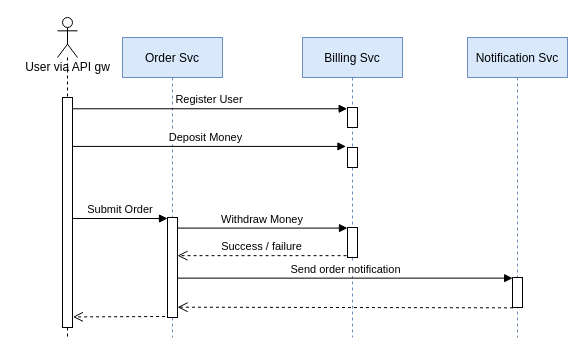
Before: page "Sync API (HTTP)" (1 of 3) of README.assets/the-three-interaction-styles.drawio in audintsev/otus-architect-eventing, a draw.io diagram. Source tidied: cells renumbered, new cells numbered last; positions are measured from the earlier drawing's top-left corner, leaving out a move shared by most shapes. Both pictures are drawn from the tidied source at 100%, with x=0, y=0 at pixel (17, 17).
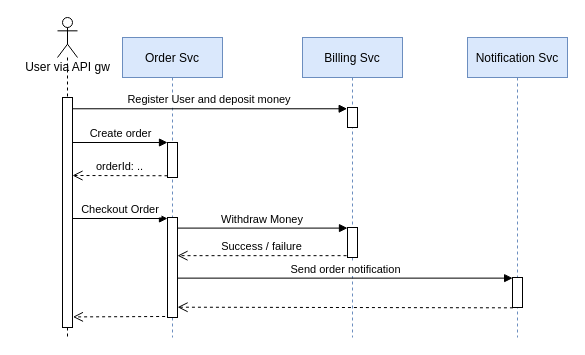
The same diagram, later.

The change refers to these unchanged cells:
```xml
<mxCell id="2" value="Order Svc" style="shape=umlLifeline;perimeter=lifelinePerimeter;rounded=0;shadow=0;strokeWidth=1;fillColor=#dae8fc;strokeColor=#6c8ebf;" parent="1" vertex="1">
  <mxGeometry x="105" y="20" width="100" height="300" as="geometry" />
</mxCell>
<mxCell id="4" value="Billing Svc" style="shape=umlLifeline;perimeter=lifelinePerimeter;rounded=0;shadow=0;strokeWidth=1;fillColor=#dae8fc;strokeColor=#6c8ebf;" parent="1" vertex="1">
  <mxGeometry x="285" y="20" width="100" height="300" as="geometry" />
</mxCell>
<mxCell id="5" style="points=[];perimeter=orthogonalPerimeter;rounded=0;shadow=0;strokeWidth=1;" parent="4" vertex="1">
  <mxGeometry x="45" y="70" width="10" height="20" as="geometry" />
</mxCell>
<mxCell id="11" style="shape=umlLifeline;participant=umlActor;perimeter=lifelinePerimeter;whiteSpace=wrap;html=1;verticalAlign=top;spacingTop=36;outlineConnect=0;" parent="1" vertex="1">
  <mxGeometry x="40" width="20" height="320" as="geometry" />
</mxCell>
<mxCell id="12" style="html=1;points=[];perimeter=orthogonalPerimeter;" parent="11" vertex="1">
  <mxGeometry x="5" y="80" width="10" height="230" as="geometry" />
</mxCell>
```

The edit, as a diff of the source:
```diff
@@
+    <mxCell id="21" style="html=1;points=[];perimeter=orthogonalPerimeter;strokeColor=#000000;" parent="2" vertex="1">
+      <mxGeometry x="45" y="105" width="10" height="35" as="geometry" />
+    </mxCell>
@@
-    <mxCell id="6" style="points=[];perimeter=orthogonalPerimeter;rounded=0;shadow=0;strokeWidth=1;" parent="4" vertex="1">
-      <mxGeometry x="45" y="110" width="10" height="20" as="geometry" />
-    </mxCell>
@@
-    <mxCell id="10" value="Deposit Money" style="verticalAlign=bottom;startArrow=none;endArrow=block;startSize=8;shadow=0;strokeWidth=1;entryX=-0.156;entryY=-0.054;entryDx=0;entryDy=0;entryPerimeter=0;startFill=0;" parent="1" edge="1" source="11" target="6">
-      <mxGeometry relative="1" as="geometry" />
-    </mxCell>
@@
-    <mxCell id="13" value="Register User" style="verticalAlign=bottom;startArrow=none;endArrow=block;startSize=8;shadow=0;strokeWidth=1;startFill=0;entryX=-0.032;entryY=0.064;entryDx=0;entryDy=0;entryPerimeter=0;" parent="1" edge="1" source="12" target="5">
+    <mxCell id="13" value="Register User and deposit money" style="verticalAlign=bottom;startArrow=none;endArrow=block;startSize=8;shadow=0;strokeWidth=1;startFill=0;entryX=-0.032;entryY=0.064;entryDx=0;entryDy=0;entryPerimeter=0;" parent="1" edge="1" source="12" target="5">
       <mxGeometry relative="1" as="geometry" />
     </mxCell>
-    <mxCell id="14" value="Submit Order" style="verticalAlign=bottom;startArrow=none;endArrow=block;startSize=8;shadow=0;strokeWidth=1;startFill=0;" parent="1" edge="1" source="12">
+    <mxCell id="14" value="Checkout Order" style="verticalAlign=bottom;startArrow=none;endArrow=block;startSize=8;shadow=0;strokeWidth=1;startFill=0;" parent="1" edge="1" source="12">
       <mxGeometry relative="1" as="geometry">
         <mxPoint x="150" y="201" as="targetPoint" />
       </mxGeometry>
     </mxCell>
@@
+    <mxCell id="22" value="Create order" style="html=1;verticalAlign=bottom;endArrow=block;entryX=0;entryY=0;strokeColor=#000000;" parent="1" edge="1" target="21">
+      <mxGeometry relative="1" as="geometry">
+        <mxPoint x="55" y="125" as="sourcePoint" />
+      </mxGeometry>
+    </mxCell>
+    <mxCell id="23" value="orderId: .." style="html=1;verticalAlign=bottom;endArrow=open;dashed=1;endSize=8;exitX=0;exitY=0.95;strokeColor=#000000;" parent="1" edge="1" source="21">
+      <mxGeometry relative="1" as="geometry">
+        <mxPoint x="55" y="158" as="targetPoint" />
+      </mxGeometry>
+    </mxCell>
```
